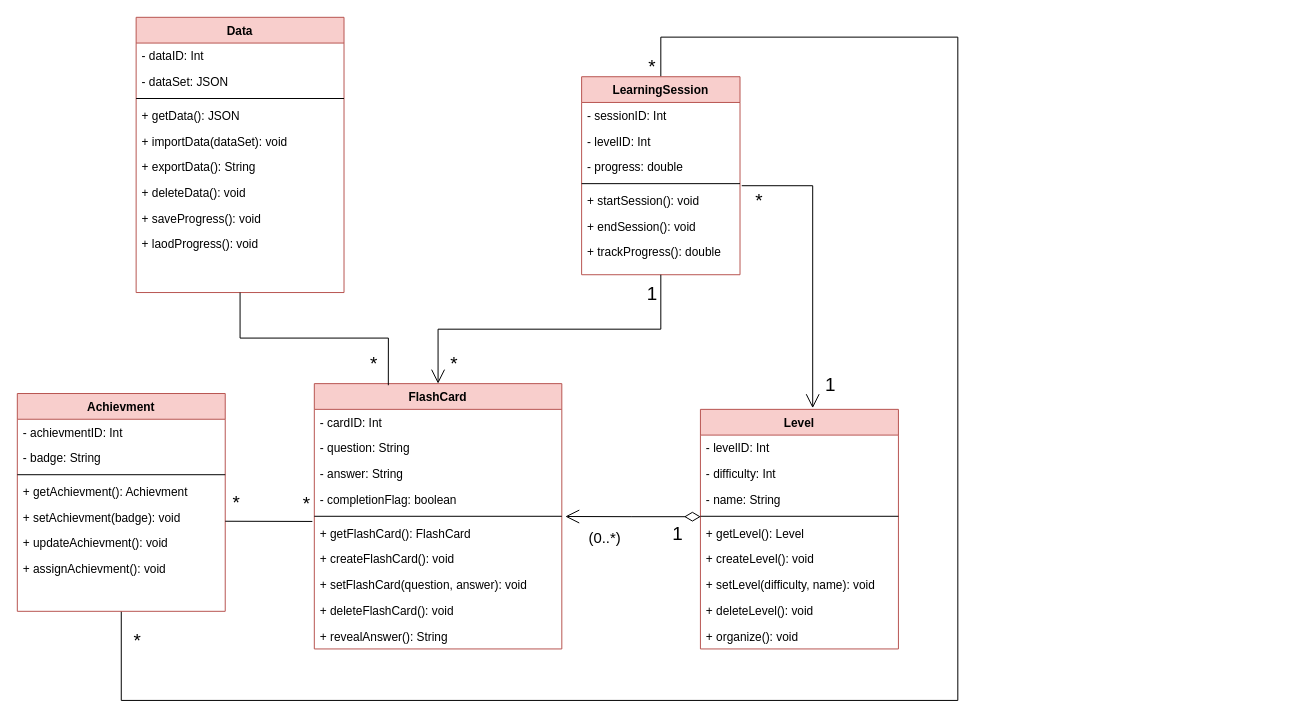
wasimic311/uml keeps this draw.io diagram as FlashCards.drawio. Above is the earlier version. Source tidied: cells renumbered, new cells numbered last; positions are measured from the earlier drawing's top-left corner, leaving out a move shared by most shapes. Both pictures are drawn from the tidied source at 99%, with x=0, y=0 at pixel (17, 17).
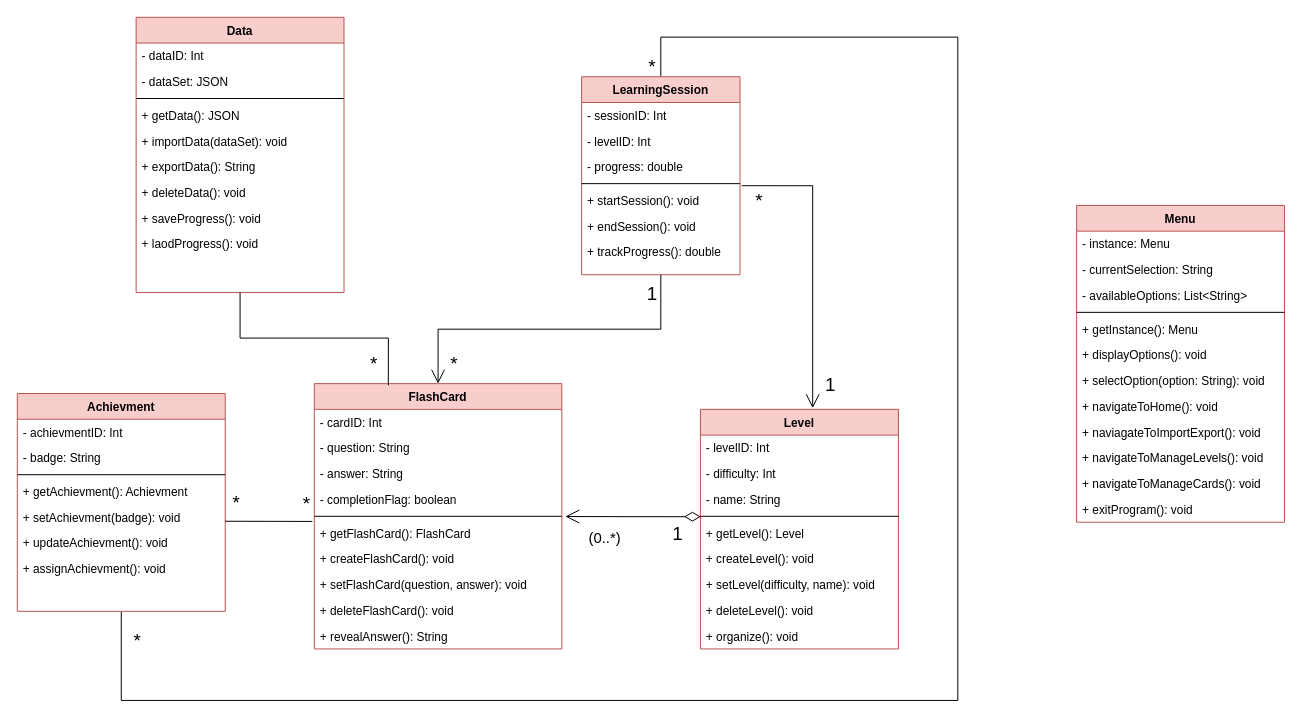
The same page after the edit.

Diff of the diagram source:
```diff
@@
+    <mxCell id="66" value="Menu" style="swimlane;fontStyle=1;align=center;verticalAlign=top;horizontal=1;startSize=26;rounded=0;shadow=0;strokeWidth=1;fillColor=#f8cecc;strokeColor=#b85450;" parent="1" vertex="1">
+      <mxGeometry x="1070" y="190" width="210" height="320" as="geometry" />
+    </mxCell>
+    <mxCell id="67" value="- instance: Menu" style="text;align=left;verticalAlign=top;spacingLeft=4;spacingRight=4;overflow=hidden;" parent="66" vertex="1">
+      <mxGeometry y="26" width="210" height="26" as="geometry" />
+    </mxCell>
+    <mxCell id="68" value="- currentSelection: String" style="text;align=left;verticalAlign=top;spacingLeft=4;spacingRight=4;overflow=hidden;rounded=0;shadow=0;html=0;" parent="66" vertex="1">
+      <mxGeometry y="52" width="210" height="26" as="geometry" />
+    </mxCell>
+    <mxCell id="69" value="- availableOptions: List&lt;String&gt;" style="text;align=left;verticalAlign=top;spacingLeft=4;spacingRight=4;overflow=hidden;rounded=0;shadow=0;html=0;" parent="66" vertex="1">
+      <mxGeometry y="78" width="210" height="26" as="geometry" />
+    </mxCell>
+    <mxCell id="70" style="line;html=1;strokeWidth=1;align=left;verticalAlign=middle;spacingTop=-1;spacingLeft=3;spacingRight=3;labelPosition=right;" parent="66" vertex="1">
+      <mxGeometry y="104" width="210" height="8" as="geometry" />
+    </mxCell>
+    <mxCell id="71" value="+ getInstance(): Menu" style="text;align=left;verticalAlign=top;spacingLeft=4;spacingRight=4;overflow=hidden;" parent="66" vertex="1">
+      <mxGeometry y="112" width="210" height="26" as="geometry" />
+    </mxCell>
+    <mxCell id="72" value="+ displayOptions(): void" style="text;align=left;verticalAlign=top;spacingLeft=4;spacingRight=4;overflow=hidden;" parent="66" vertex="1">
+      <mxGeometry y="138" width="210" height="26" as="geometry" />
+    </mxCell>
+    <mxCell id="73" value="+ selectOption(option: String): void" style="text;align=left;verticalAlign=top;spacingLeft=4;spacingRight=4;overflow=hidden;" parent="66" vertex="1">
+      <mxGeometry y="164" width="210" height="26" as="geometry" />
+    </mxCell>
+    <mxCell id="74" value="+ navigateToHome(): void" style="text;align=left;verticalAlign=top;spacingLeft=4;spacingRight=4;overflow=hidden;" parent="66" vertex="1">
+      <mxGeometry y="190" width="210" height="26" as="geometry" />
+    </mxCell>
+    <mxCell id="75" value="+ naviagateToImportExport(): void" style="text;align=left;verticalAlign=top;spacingLeft=4;spacingRight=4;overflow=hidden;" parent="66" vertex="1">
+      <mxGeometry y="216" width="210" height="26" as="geometry" />
+    </mxCell>
+    <mxCell id="76" value="+ navigateToManageLevels(): void" style="text;align=left;verticalAlign=top;spacingLeft=4;spacingRight=4;overflow=hidden;" parent="66" vertex="1">
+      <mxGeometry y="242" width="210" height="26" as="geometry" />
+    </mxCell>
+    <mxCell id="77" value="+ navigateToManageCards(): void" style="text;align=left;verticalAlign=top;spacingLeft=4;spacingRight=4;overflow=hidden;" parent="66" vertex="1">
+      <mxGeometry y="268" width="210" height="26" as="geometry" />
+    </mxCell>
+    <mxCell id="78" value="+ exitProgram(): void" style="text;align=left;verticalAlign=top;spacingLeft=4;spacingRight=4;overflow=hidden;" parent="66" vertex="1">
+      <mxGeometry y="294" width="210" height="26" as="geometry" />
+    </mxCell>
```
